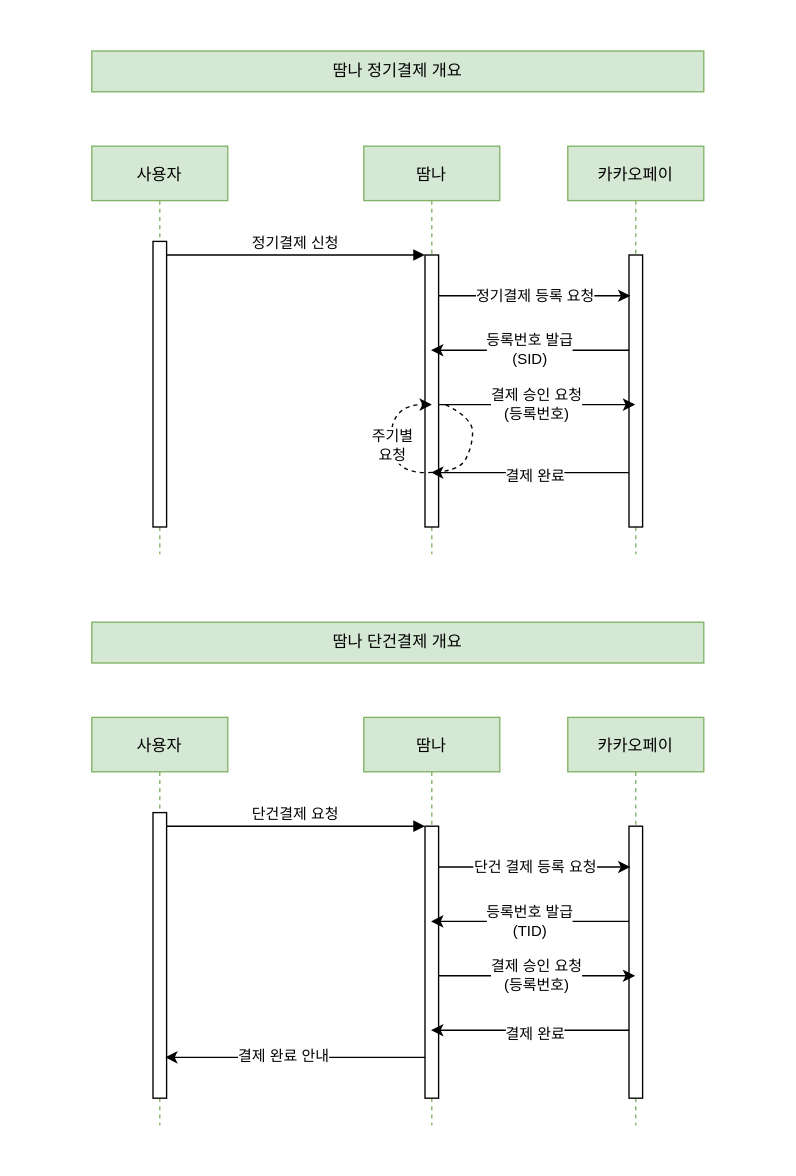
This is ttamna/document/플로우차트/ttamna_donation_seq.drawio from choihyunjoon1/ttamna, a draw.io file, before an edit. Source tidied: cells renumbered, new cells numbered last; positions are measured from the earlier drawing's top-left corner, leaving out a move shared by most shapes. Both pictures are drawn from the tidied source at 136%, with x=0, y=0 at pixel (91, 50).
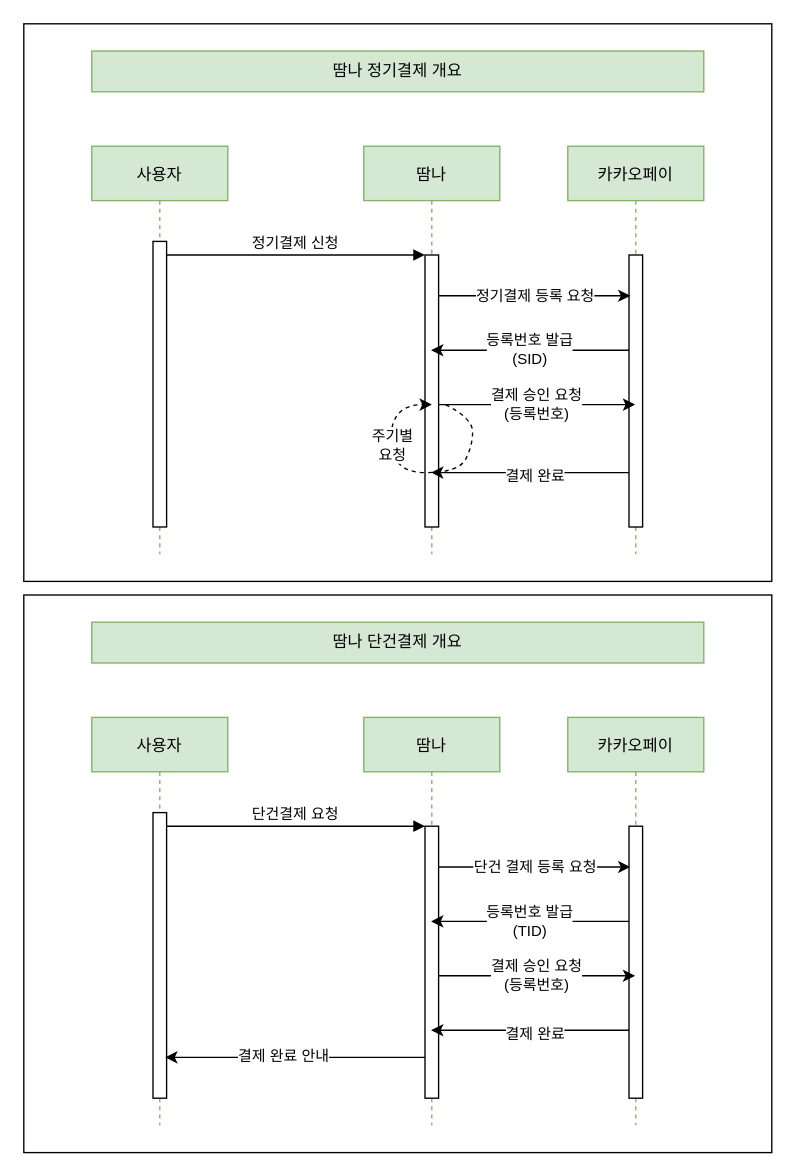
The same diagram, later.

The edit, as a diff of the source:
```diff
@@
+    <mxCell id="32" style="rounded=0;whiteSpace=wrap;html=1;" parent="1" vertex="1">
+      <mxGeometry x="-50" y="400" width="550" height="410" as="geometry" />
+    </mxCell>
+    <mxCell id="33" style="rounded=0;whiteSpace=wrap;html=1;" parent="1" vertex="1">
+      <mxGeometry x="-50" y="-20" width="550" height="410" as="geometry" />
+    </mxCell>
```
